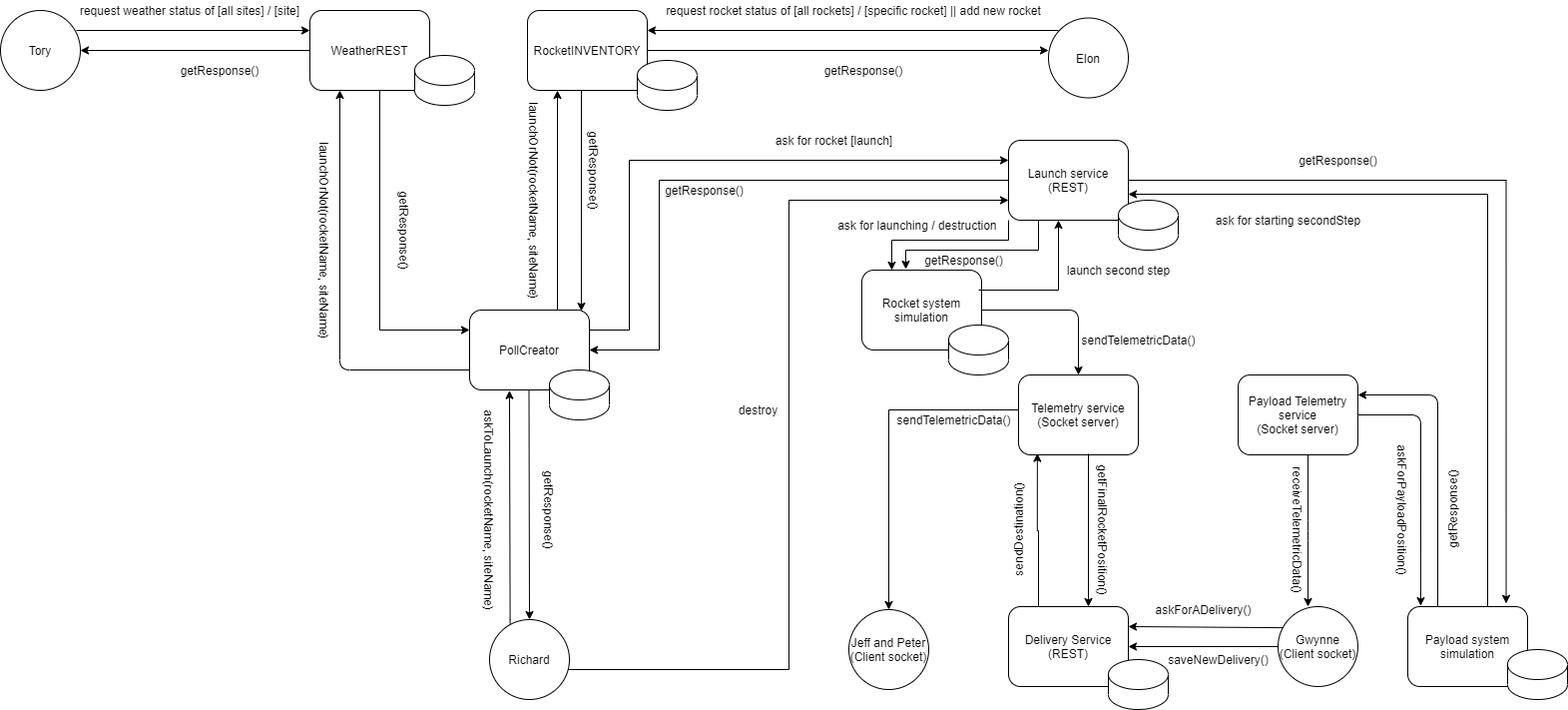
Above: docs/archi_scope_3.png in PaulKoffi/box-20-21-team-f-1 (draw.io), before the change. Source tidied: cells renumbered, new cells last; positions are measured from the earlier drawing's top-left corner, leaving out a move shared by most shapes.
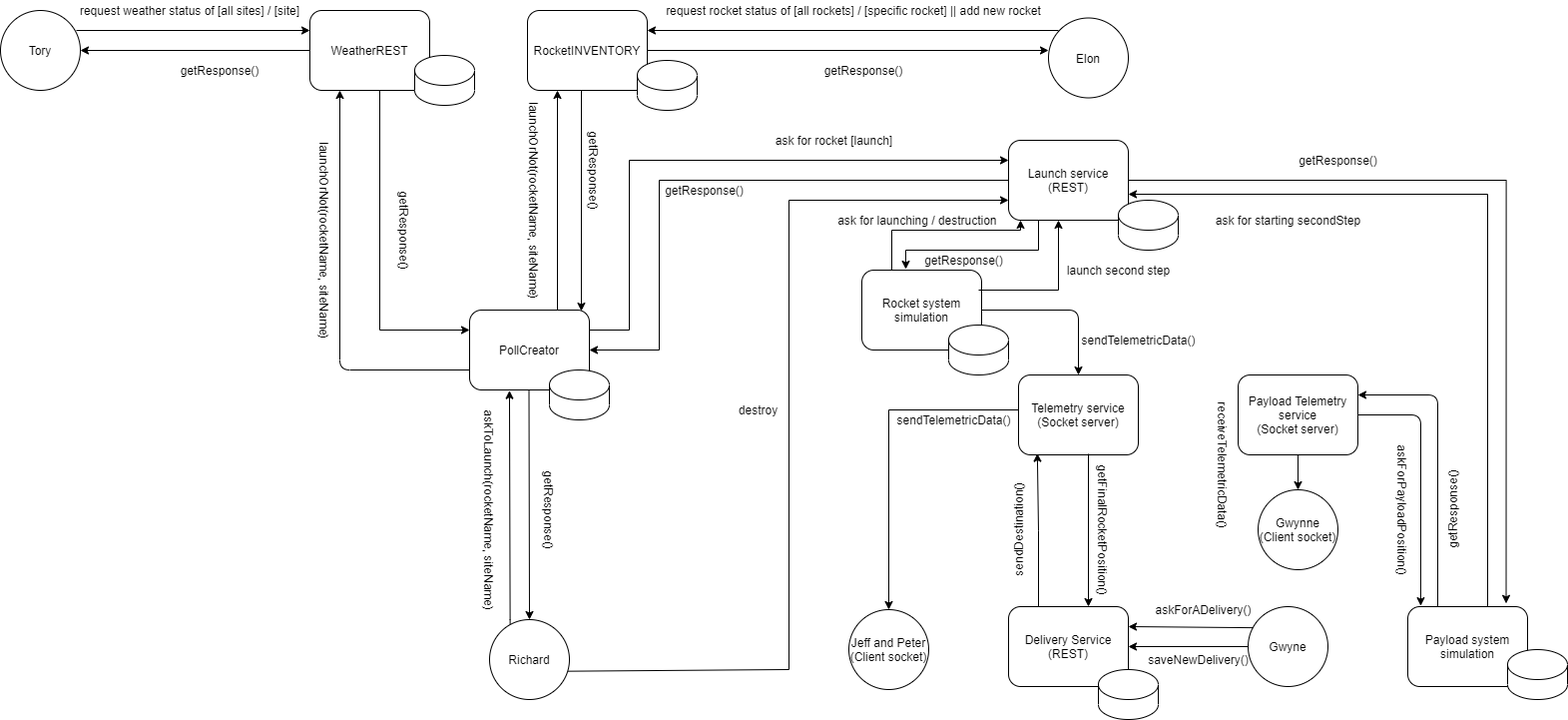
After the commit.

Diff of the diagram source:
```diff
@@ -46,8 +46,8 @@
     <mxCell id="9" value="Jeff and Peter&lt;br&gt;(Client socket)" style="ellipse;whiteSpace=wrap;html=1;" parent="1" vertex="1">
       <mxGeometry x="850" y="610" width="80" height="80" as="geometry" />
     </mxCell>
-    <mxCell id="10" value="Gwynne&lt;br&gt;(Client socket)" style="ellipse;whiteSpace=wrap;html=1;" parent="1" vertex="1">
-      <mxGeometry x="1280" y="607" width="80" height="80" as="geometry" />
+    <mxCell id="10" value="Gwyne" style="ellipse;whiteSpace=wrap;html=1;" parent="1" vertex="1">
+      <mxGeometry x="1250" y="607" width="80" height="80" as="geometry" />
     </mxCell>
     <mxCell id="11" style="edgeStyle=orthogonalEdgeStyle;rounded=0;jettySize=auto;html=1;entryX=1;entryY=0.5;entryDx=0;entryDy=0;exitX=0;exitY=0.5;exitDx=0;exitDy=0;" parent="1" edge="1" source="15" target="22">
       <mxGeometry relative="1" as="geometry">
@@ -72,14 +72,6 @@
         </Array>
       </mxGeometry>
     </mxCell>
-    <mxCell id="14" style="edgeStyle=orthogonalEdgeStyle;rounded=0;jettySize=auto;html=1;exitX=0;exitY=1;exitDx=0;exitDy=0;entryX=0.25;entryY=0;entryDx=0;entryDy=0;" parent="1" edge="1" source="15" target="72">
-      <mxGeometry relative="1" as="geometry">
-        <Array as="points">
-          <mxPoint x="1010" y="240" />
-          <mxPoint x="893" y="240" />
-        </Array>
-      </mxGeometry>
-    </mxCell>
     <mxCell id="15" value="Launch service&lt;br&gt;(REST)" style="rounded=1;whiteSpace=wrap;html=1;" parent="1" vertex="1">
       <mxGeometry x="1010" y="140" width="120" height="80" as="geometry" />
     </mxCell>
@@ -127,7 +119,7 @@
       <mxGeometry relative="1" as="geometry" />
     </mxCell>
     <mxCell id="24" style="shape=cylinder3;whiteSpace=wrap;html=1;boundedLbl=1;backgroundOutline=1;size=15;" parent="1" vertex="1">
-      <mxGeometry x="1110" y="660" width="60" height="50" as="geometry" />
+      <mxGeometry x="1100" y="670" width="60" height="50" as="geometry" />
     </mxCell>
     <mxCell id="25" style="shape=cylinder3;whiteSpace=wrap;html=1;boundedLbl=1;backgroundOutline=1;size=15;" parent="1" vertex="1">
       <mxGeometry x="550" y="370" width="60" height="50" as="geometry" />
@@ -231,7 +223,7 @@
       <mxGeometry relative="1" as="geometry" />
     </mxCell>
     <mxCell id="52" value="saveNewDelivery()" style="text;html=1;align=center;verticalAlign=middle;" parent="1" vertex="1">
-      <mxGeometry x="1160" y="650" width="120" height="20" as="geometry" />
+      <mxGeometry x="1140" y="650" width="120" height="20" as="geometry" />
     </mxCell>
     <mxCell id="53" style="group;" parent="1" vertex="1">
       <mxGeometry x="310" y="10" width="165" height="95" as="geometry" />
@@ -255,8 +247,11 @@
       <mxGeometry x="770" y="130" width="130" height="20" as="geometry" />
     </mxCell>
     <mxCell id="60" value="ask for launching / destruction&amp;nbsp;" style="text;html=1;align=center;verticalAlign=middle;" parent="1" vertex="1">
-      <mxGeometry x="830" y="215" width="180" height="20" as="geometry" />
+      <mxGeometry x="830" y="210" width="180" height="20" as="geometry" />
     </mxCell>
+    <mxCell id="80" style="edgeStyle=orthogonalEdgeStyle;rounded=0;jettySize=auto;html=1;exitX=0.5;exitY=1;exitDx=0;exitDy=0;entryX=0.5;entryY=0;entryDx=0;entryDy=0;" parent="1" edge="1" source="61" target="81">
+      <mxGeometry relative="1" as="geometry" />
+    </mxCell>
     <mxCell id="61" value="Payload Telemetry service&lt;br&gt;(Socket server)" style="rounded=1;whiteSpace=wrap;html=1;" parent="1" vertex="1">
       <mxGeometry x="1240" y="375" width="120" height="80" as="geometry" />
     </mxCell>
@@ -274,17 +269,8 @@
     <mxCell id="64" style="shape=cylinder3;whiteSpace=wrap;html=1;boundedLbl=1;backgroundOutline=1;size=15;" parent="1" vertex="1">
       <mxGeometry x="1510" y="650" width="60" height="50" as="geometry" />
     </mxCell>
-    <mxCell id="65" style="endArrow=classic;html=1;" parent="1" edge="1">
-      <mxGeometry relative="1" as="geometry">
-        <mxPoint x="1310" y="455" as="sourcePoint" />
-        <mxPoint x="1310" y="607" as="targetPoint" />
-        <Array as="points">
-          <mxPoint x="1310" y="531" />
-        </Array>
-      </mxGeometry>
-    </mxCell>
     <mxCell id="66" value="receiveTelemetricData()" style="text;html=1;align=center;verticalAlign=middle;rotation=90;" parent="1" vertex="1">
-      <mxGeometry x="1230" y="520" width="140" height="20" as="geometry" />
+      <mxGeometry x="1155" y="455" width="140" height="20" as="geometry" />
     </mxCell>
     <mxCell id="67" style="endArrow=classic;html=1;entryX=0.108;entryY=-0.011;entryDx=0;entryDy=0;exitX=1;exitY=0.5;exitDx=0;exitDy=0;entryPerimeter=0;" parent="1" edge="1" source="61" target="63">
       <mxGeometry relative="1" as="geometry">
@@ -340,5 +326,17 @@
     <mxCell id="79" value="getResponse()" style="text;html=1;align=center;verticalAlign=middle;" parent="1" vertex="1">
       <mxGeometry x="920" y="250" width="90" height="20" as="geometry" />
     </mxCell>
+    <mxCell id="81" value="&lt;span&gt;Gwynne&lt;/span&gt;&lt;br&gt;&lt;span&gt;(Client socket)&lt;/span&gt;" style="ellipse;whiteSpace=wrap;html=1;" parent="1" vertex="1">
+      <mxGeometry x="1260" y="490" width="80" height="80" as="geometry" />
+    </mxCell>
+    <mxCell id="82" style="edgeStyle=orthogonalEdgeStyle;rounded=0;jettySize=auto;html=1;exitX=0.25;exitY=0;exitDx=0;exitDy=0;" parent="1" edge="1" source="72">
+      <mxGeometry relative="1" as="geometry">
+        <mxPoint x="1022" y="220" as="targetPoint" />
+        <Array as="points">
+          <mxPoint x="893" y="230" />
+          <mxPoint x="1022" y="230" />
+        </Array>
+      </mxGeometry>
+    </mxCell>
   </root>
 </mxGraphModel>
```
